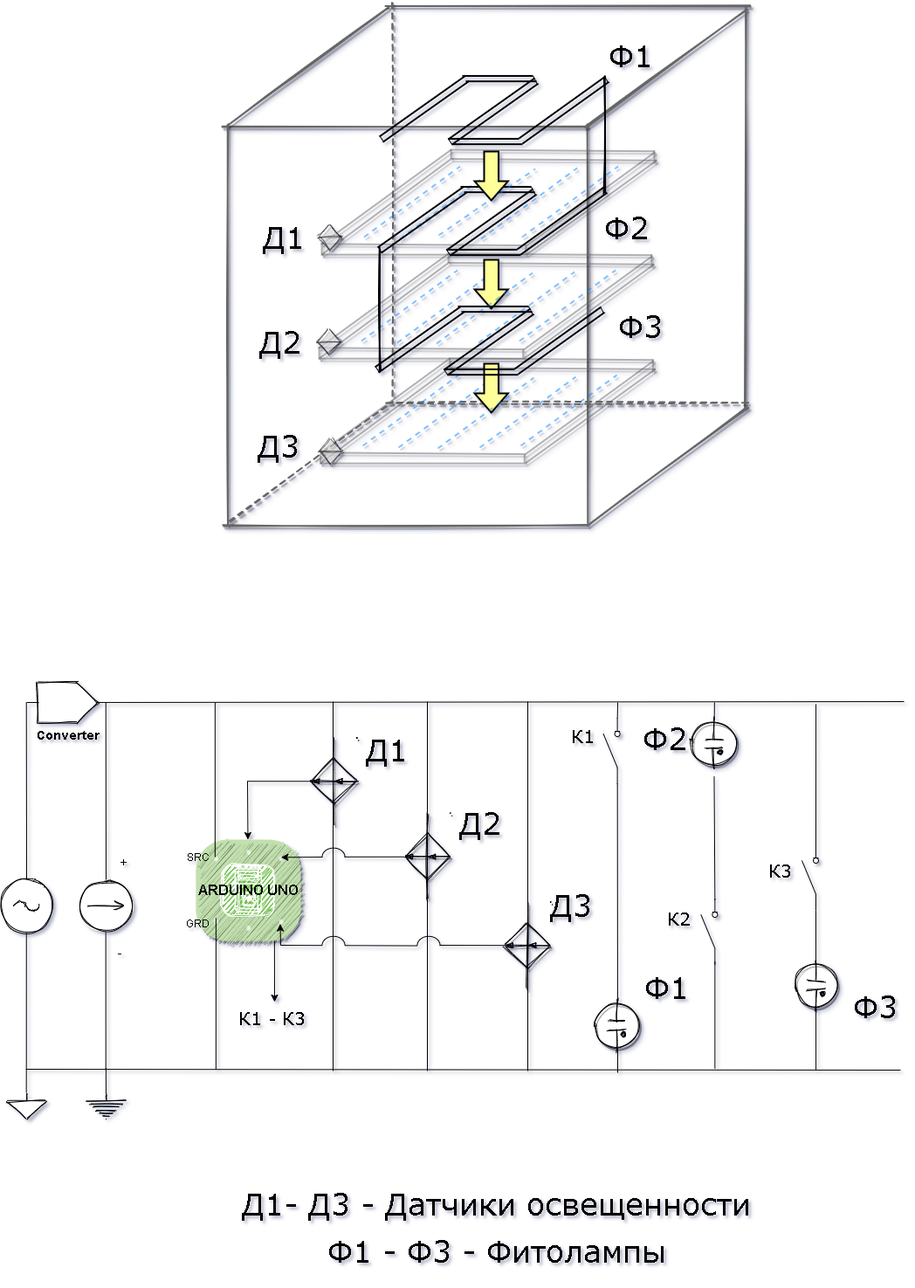
Yerlan999/SmartGreenHouse-KazATU keeps this draw.io diagram as diagrams/pngs/Lighting System.png. Above is the earlier version. Source tidied: cells renumbered, new cells last; positions are measured from the earlier drawing's top-left corner, leaving out a move shared by most shapes.
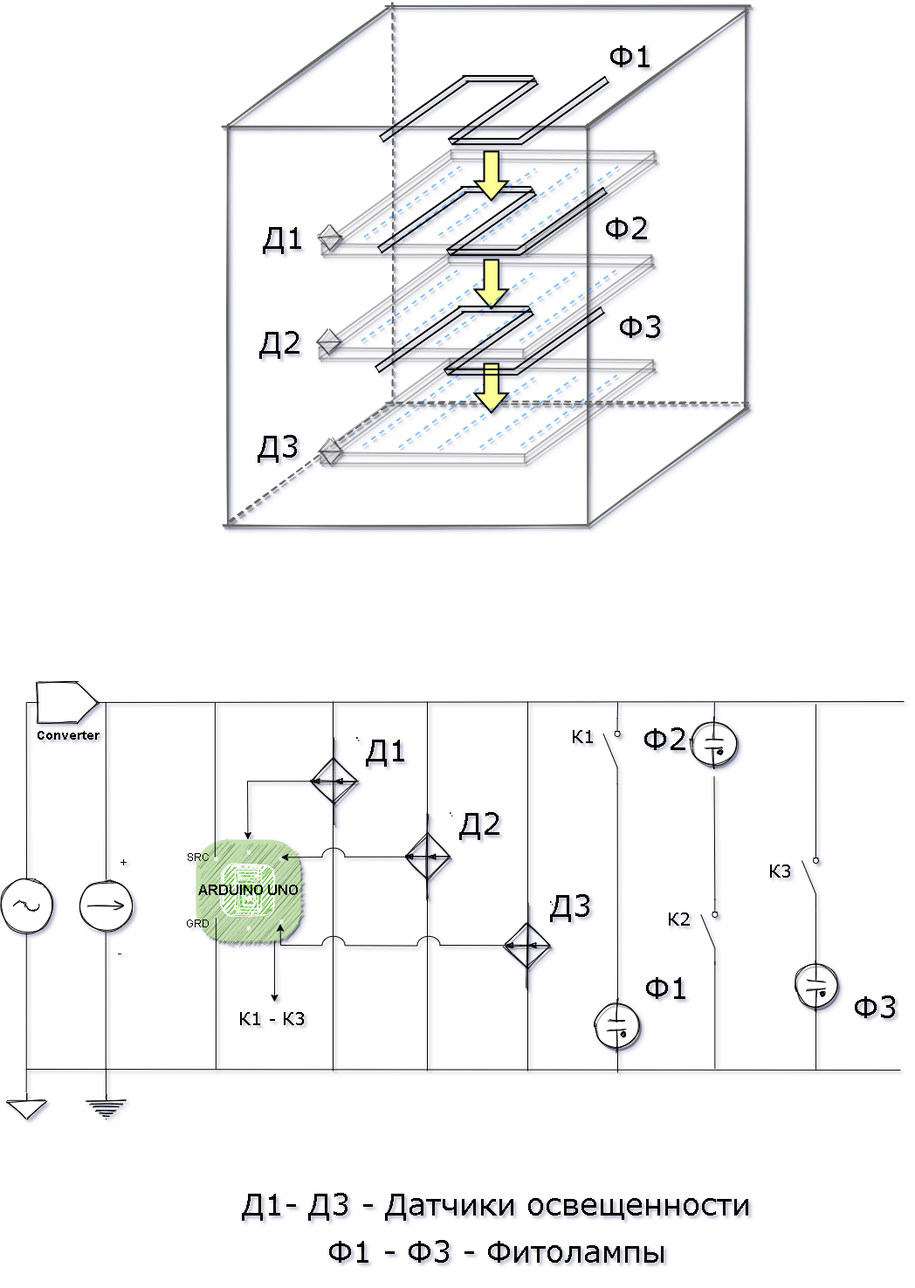
Above is the later version.

What changed in the source:
```diff
@@ -503,9 +503,6 @@
         <mxPoint x="181" y="15" as="sourcePoint" />
       </mxGeometry>
     </mxCell>
-    <mxCell id="111" style="line;strokeWidth=2;direction=south;html=1;shadow=0;sketch=1;" parent="98" vertex="1">
-      <mxGeometry x="254" y="6.2" width="10" height="132.8" as="geometry" />
-    </mxCell>
     <mxCell id="112" style="shape=mxgraph.arrows.arrow_down;html=1;verticalLabelPosition=bottom;verticalAlign=top;strokeWidth=2;strokeColor=#000000;fillColor=#FFFF99;" parent="98" vertex="1">
       <mxGeometry x="109" y="92" width="38.5" height="56" as="geometry" />
     </mxCell>
@@ -589,9 +586,6 @@
     <mxCell id="130" style="endArrow=none;html=1;shadow=0;strokeColor=#000000;exitX=0;exitY=0.5;exitDx=0;exitDy=0;exitPerimeter=0;entryX=0;entryY=0.5;entryDx=0;entryDy=0;entryPerimeter=0;" parent="115" edge="1" source="120" target="116">
       <mxGeometry relative="1" as="geometry" />
     </mxCell>
-    <mxCell id="131" style="line;strokeWidth=2;direction=south;html=1;shadow=0;sketch=1;" parent="1" vertex="1">
-      <mxGeometry x="430" y="283" width="10" height="141" as="geometry" />
-    </mxCell>
     <mxCell id="132" style="shape=sortShape;perimeter=rhombusPerimeter;whiteSpace=wrap;html=1;shadow=1;sketch=1;opacity=50;" parent="1" vertex="1">
       <mxGeometry x="365" y="501" width="26.5" height="29" as="geometry" />
     </mxCell>
```
